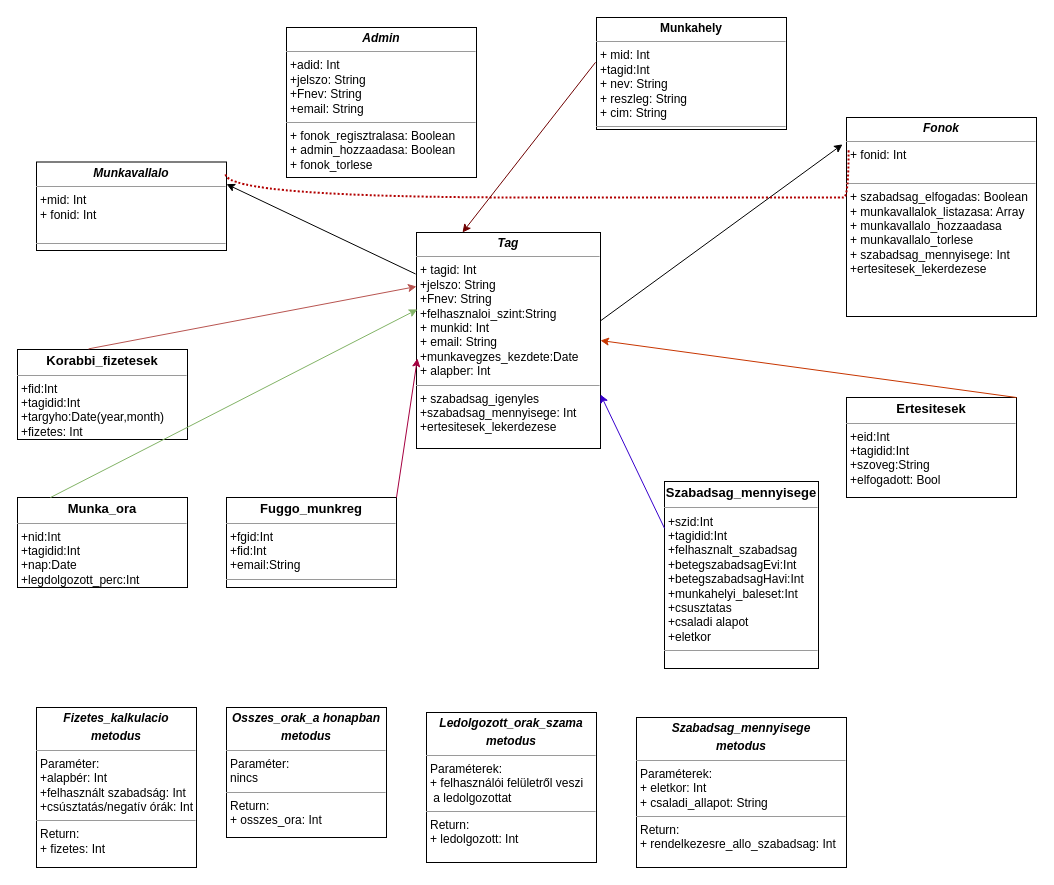
Above: flowCharts/DB.drawio.xml in JuditFerenczik/vizsgaRemekWeb (draw.io), before the change. Source tidied: cells renumbered, new cells numbered last; positions are measured from the earlier drawing's top-left corner, leaving out a move shared by most shapes. Both pictures are drawn from the tidied source at 100%, with x=0, y=0 at pixel (17, 17).
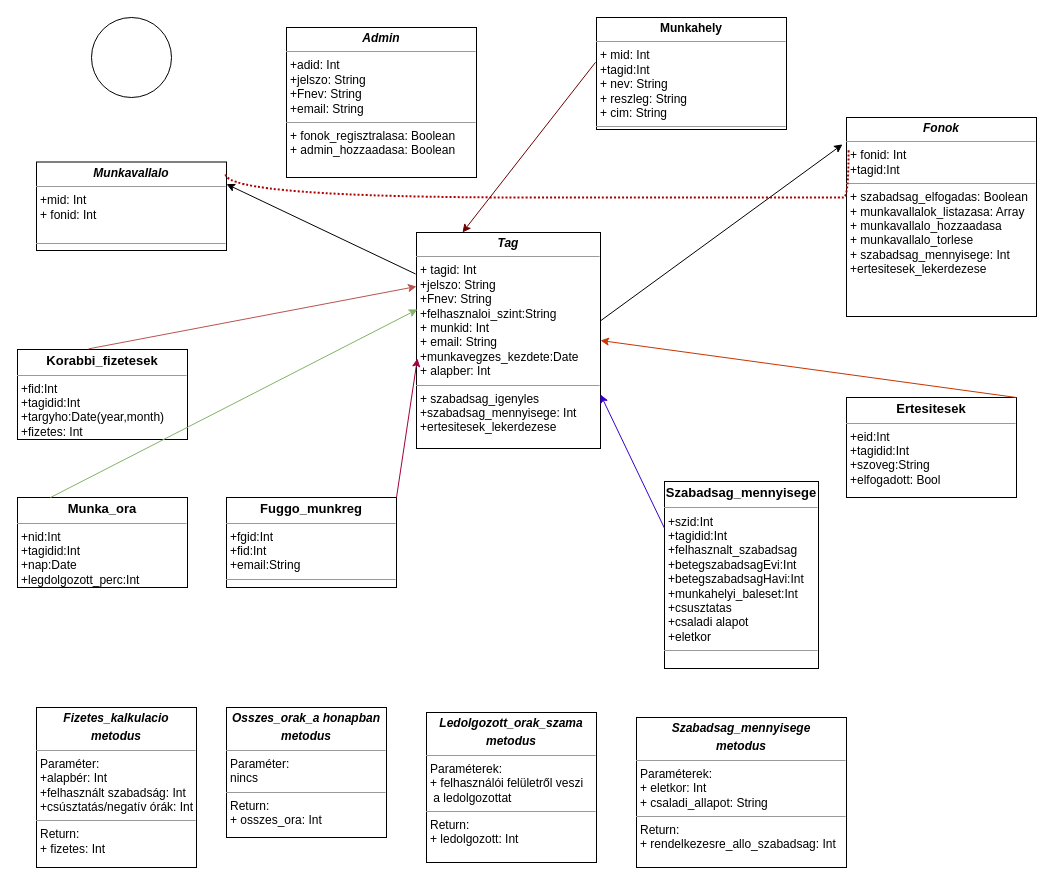
After the change.

Diff of the diagram source:
```diff
@@
-    <mxCell id="4" value="&lt;p style=&quot;margin: 0px ; margin-top: 4px ; text-align: center&quot;&gt;&lt;i&gt;&lt;b&gt;Fonok&lt;/b&gt;&lt;/i&gt;&lt;br&gt;&lt;/p&gt;&lt;hr size=&quot;1&quot;&gt;&lt;p style=&quot;margin: 0px ; margin-left: 4px&quot;&gt;+ fonid: Int&lt;/p&gt;&lt;p style=&quot;margin: 0px ; margin-left: 4px&quot;&gt;&lt;br&gt;&lt;/p&gt;&lt;hr size=&quot;1&quot;&gt;&lt;p style=&quot;margin: 0px ; margin-left: 4px&quot;&gt;+ szabadsag_elfogadas: Boolean&lt;/p&gt;&lt;p style=&quot;margin: 0px ; margin-left: 4px&quot;&gt;+ munkavallalok_listazasa: Array&lt;/p&gt;&lt;p style=&quot;margin: 0px ; margin-left: 4px&quot;&gt;+ munkavallalo_hozzaadasa&lt;/p&gt;&lt;p style=&quot;margin: 0px ; margin-left: 4px&quot;&gt;+ munkavallalo_torlese&lt;/p&gt;&lt;p style=&quot;margin: 0px ; margin-left: 4px&quot;&gt;+ szabadsag_mennyisege: Int&lt;/p&gt;&lt;p style=&quot;margin: 0px ; margin-left: 4px&quot;&gt;+ertesitesek_lekerdezese&lt;/p&gt;&lt;p style=&quot;margin: 0px ; margin-left: 4px&quot;&gt;&lt;br&gt;&lt;/p&gt;" style="verticalAlign=top;align=left;overflow=fill;fontSize=12;fontFamily=Helvetica;html=1;rounded=0;shadow=0;comic=0;labelBackgroundColor=none;strokeWidth=1;" parent="1" vertex="1">
+    <mxCell id="4" value="&lt;p style=&quot;margin: 0px ; margin-top: 4px ; text-align: center&quot;&gt;&lt;i&gt;&lt;b&gt;Fonok&lt;/b&gt;&lt;/i&gt;&lt;br&gt;&lt;/p&gt;&lt;hr size=&quot;1&quot;&gt;&lt;p style=&quot;margin: 0px ; margin-left: 4px&quot;&gt;&lt;span&gt;+ fonid: Int&lt;/span&gt;&lt;br&gt;&lt;/p&gt;&lt;p style=&quot;margin: 0px ; margin-left: 4px&quot;&gt;+tagid:Int&lt;br&gt;&lt;/p&gt;&lt;hr size=&quot;1&quot;&gt;&lt;p style=&quot;margin: 0px ; margin-left: 4px&quot;&gt;+ szabadsag_elfogadas: Boolean&lt;/p&gt;&lt;p style=&quot;margin: 0px ; margin-left: 4px&quot;&gt;+ munkavallalok_listazasa: Array&lt;/p&gt;&lt;p style=&quot;margin: 0px ; margin-left: 4px&quot;&gt;+ munkavallalo_hozzaadasa&lt;/p&gt;&lt;p style=&quot;margin: 0px ; margin-left: 4px&quot;&gt;+ munkavallalo_torlese&lt;/p&gt;&lt;p style=&quot;margin: 0px ; margin-left: 4px&quot;&gt;+ szabadsag_mennyisege: Int&lt;/p&gt;&lt;p style=&quot;margin: 0px ; margin-left: 4px&quot;&gt;+ertesitesek_lekerdezese&lt;/p&gt;&lt;p style=&quot;margin: 0px ; margin-left: 4px&quot;&gt;&lt;br&gt;&lt;/p&gt;" style="verticalAlign=top;align=left;overflow=fill;fontSize=12;fontFamily=Helvetica;html=1;rounded=0;shadow=0;comic=0;labelBackgroundColor=none;strokeWidth=1;" parent="1" vertex="1">
       <mxGeometry x="829" y="100" width="190" height="199" as="geometry" />
     </mxCell>
@@
-    <mxCell id="6" value="&lt;p style=&quot;margin: 0px ; margin-top: 4px ; text-align: center&quot;&gt;&lt;i&gt;&lt;b&gt;Admin&lt;/b&gt;&lt;/i&gt;&lt;br&gt;&lt;/p&gt;&lt;hr size=&quot;1&quot;&gt;&lt;p style=&quot;margin: 0px ; margin-left: 4px&quot;&gt;+adid: Int&lt;br&gt;&lt;/p&gt;&lt;p style=&quot;margin: 0px 0px 0px 4px&quot;&gt;+jelszo: String&lt;/p&gt;&lt;p style=&quot;margin: 0px 0px 0px 4px&quot;&gt;+Fnev: String&lt;/p&gt;&lt;p style=&quot;margin: 0px ; margin-left: 4px&quot;&gt;+email: String&lt;/p&gt;&lt;hr size=&quot;1&quot;&gt;&lt;p style=&quot;margin: 0px ; margin-left: 4px&quot;&gt;+ fonok_regisztralasa: Boolean&lt;br&gt;+ admin_hozzaadasa: Boolean&lt;/p&gt;&lt;p style=&quot;margin: 0px ; margin-left: 4px&quot;&gt;+ fonok_torlese&lt;/p&gt;" style="verticalAlign=top;align=left;overflow=fill;fontSize=12;fontFamily=Helvetica;html=1;rounded=0;shadow=0;comic=0;labelBackgroundColor=none;strokeWidth=1;" parent="1" vertex="1">
+    <mxCell id="6" value="&lt;p style=&quot;margin: 0px ; margin-top: 4px ; text-align: center&quot;&gt;&lt;i&gt;&lt;b&gt;Admin&lt;/b&gt;&lt;/i&gt;&lt;br&gt;&lt;/p&gt;&lt;hr size=&quot;1&quot;&gt;&lt;p style=&quot;margin: 0px ; margin-left: 4px&quot;&gt;+adid: Int&lt;br&gt;&lt;/p&gt;&lt;p style=&quot;margin: 0px 0px 0px 4px&quot;&gt;+jelszo: String&lt;/p&gt;&lt;p style=&quot;margin: 0px 0px 0px 4px&quot;&gt;+Fnev: String&lt;/p&gt;&lt;p style=&quot;margin: 0px ; margin-left: 4px&quot;&gt;+email: String&lt;/p&gt;&lt;hr size=&quot;1&quot;&gt;&lt;p style=&quot;margin: 0px ; margin-left: 4px&quot;&gt;+ fonok_regisztralasa: Boolean&lt;br&gt;+ admin_hozzaadasa: Boolean&lt;/p&gt;&lt;p style=&quot;margin: 0px ; margin-left: 4px&quot;&gt;&lt;br&gt;&lt;/p&gt;" style="verticalAlign=top;align=left;overflow=fill;fontSize=12;fontFamily=Helvetica;html=1;rounded=0;shadow=0;comic=0;labelBackgroundColor=none;strokeWidth=1;" parent="1" vertex="1">
       <mxGeometry x="269" y="10" width="190" height="150" as="geometry" />
     </mxCell>
@@
+    <mxCell id="25" style="ellipse;whiteSpace=wrap;html=1;" parent="1" vertex="1">
+      <mxGeometry x="74" width="80" height="80" as="geometry" />
+    </mxCell>
```
